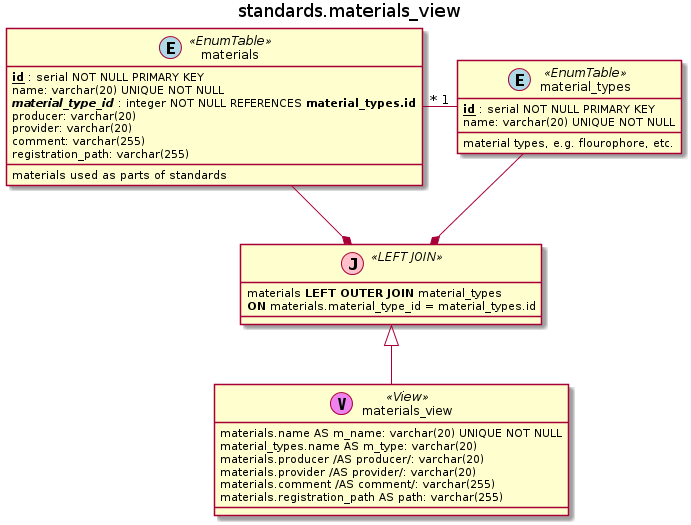
Earlier version of the PlantUML export database_example/standards_materials_view.png (FooBarShebang/plant_uml). Its diagram source:
```plantuml
@startuml
title standards.materials_view





















class material_types <<(E, lightblue) EnumTable>> {
    {field} <u><b>id</b></u> : serial NOT NULL PRIMARY KEY
    {field} name: varchar(20) UNIQUE NOT NULL
        {method} material types, e.g. flourophore, etc.
}



class materials <<(E, lightblue) EnumTable>> {
    {field} <u><b>id</b></u> : serial NOT NULL PRIMARY KEY
    {field} name: varchar(20) UNIQUE NOT NULL
    {field} <i><b>material_type_id</b></i> : integer NOT NULL REFERENCES <b>material_types.id</b>
        {field} producer: varchar(20)
        {field} provider: varchar(20)
        {field} comment: varchar(255)
        {field} registration_path: varchar(255)
        {method} materials used as parts of standards
}

material_types "1" -l- "*" materials

class " " as j1 <<(J, pink) LEFT JOIN>> {
    {field} materials <b>LEFT OUTER JOIN</b> material_types
    {field} <b>ON</b> materials.material_type_id = material_types.id
}

materials --* j1

material_types --* j1

class materials_view <<(V, violet) View>> {
    {field} materials.name AS m_name: varchar(20) UNIQUE NOT NULL
    {field} material_types.name AS m_type: varchar(20)
    {field} materials.producer /AS producer/: varchar(20)
    {field} materials.provider /AS provider/: varchar(20)
    {field} materials.comment /AS comment/: varchar(255)
    {field} materials.registration_path AS path: varchar(255)
}

j1 <|-- materials_view


@enduml
```
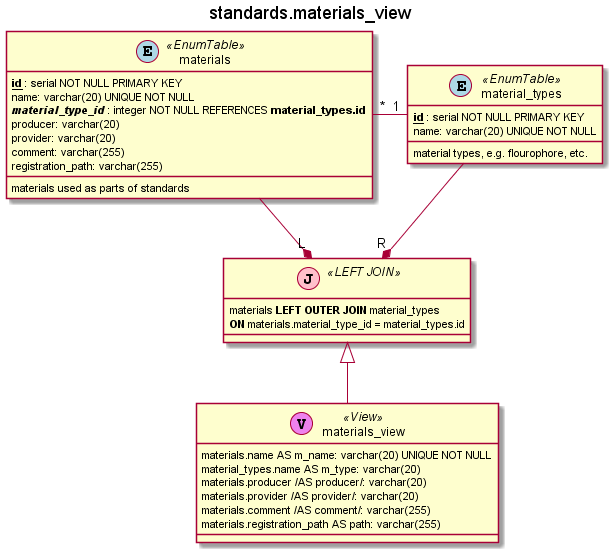
The same file after the commit.

The edit, as a diff of the source:
```diff
@@ -1,5 +1,14 @@
 @startuml
 title standards.materials_view
+
+
+
+
+
+
+
+
+
 
 
 
@@ -47,9 +56,9 @@
     {field} <b>ON</b> materials.material_type_id = material_types.id
 }
 
-materials --* j1
+materials --* "L" j1
 
-material_types --* j1
+material_types --* "R" j1
 
 class materials_view <<(V, violet) View>> {
     {field} materials.name AS m_name: varchar(20) UNIQUE NOT NULL
```
